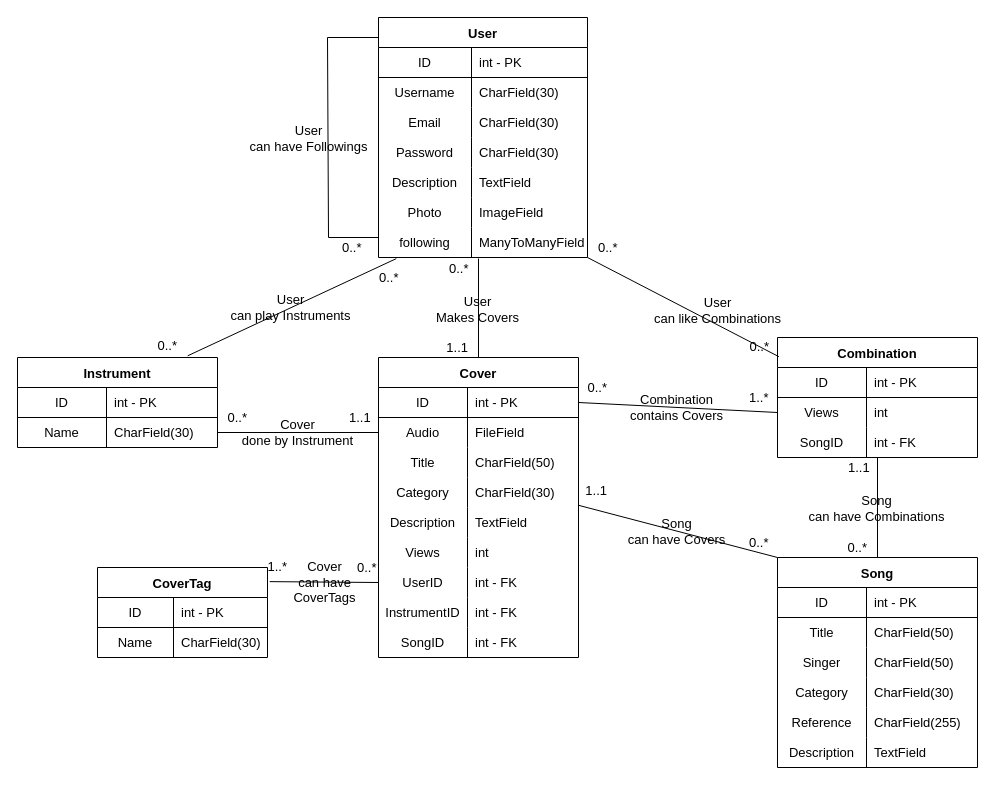
The draw.io diagram model.drawio in zz-zye/swpp-design, before the edit. Source tidied: cells renumbered, new cells numbered last; positions are measured from the earlier drawing's top-left corner, leaving out a move shared by most shapes. Both pictures are drawn from the tidied source at 100%, with x=0, y=0 at pixel (17, 17).
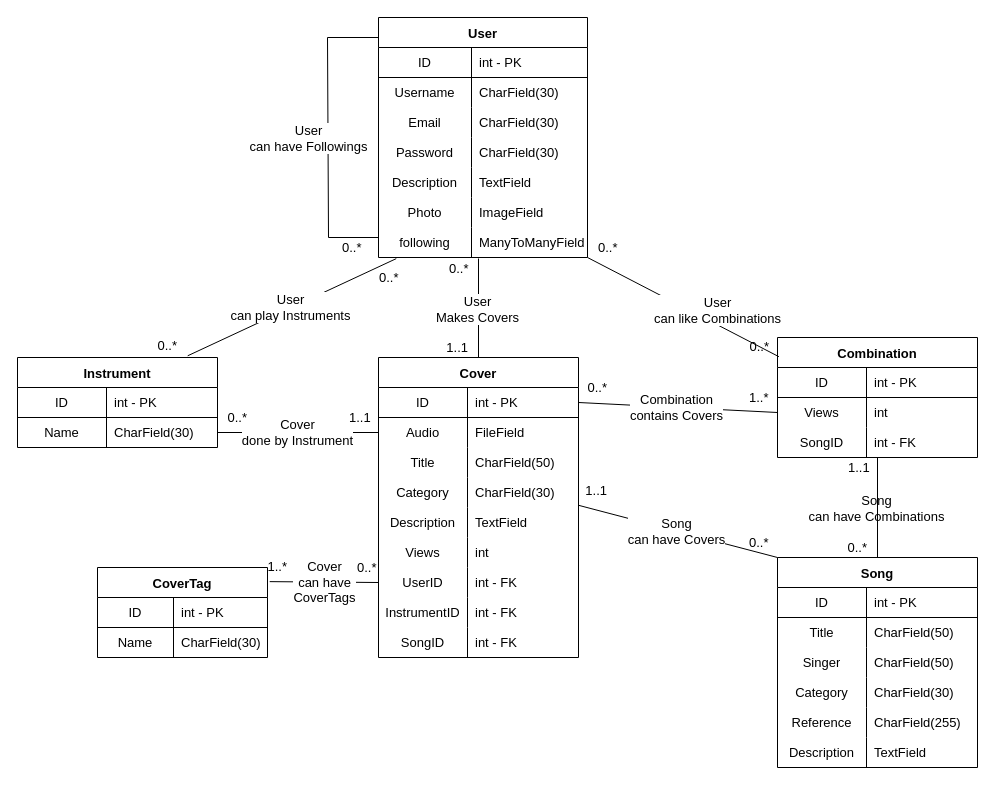
Above is the later version.

Commit message (it also covers changes not shown here):
changed text background

Unchanged cells that the change refers to:
```xml
<mxCell id="24" style="endArrow=none;html=1;fontFamily=Helvetica;fontSize=13;exitX=0.085;exitY=1.038;exitDx=0;exitDy=0;labelBackgroundColor=none;labelBorderColor=none;endFill=0;entryX=0.851;entryY=-0.019;entryDx=0;entryDy=0;exitPerimeter=0;entryPerimeter=0;" parent="1" edge="1" source="21" target="28">
  <mxGeometry relative="1" as="geometry" />
</mxCell>
<mxCell id="63" style="endArrow=none;html=1;fontFamily=Helvetica;fontSize=13;entryX=0.5;entryY=0;entryDx=0;entryDy=0;labelBackgroundColor=none;labelBorderColor=none;endFill=0;" parent="1" edge="1" target="35">
  <mxGeometry relative="1" as="geometry">
    <mxPoint x="461" y="241" as="sourcePoint" />
  </mxGeometry>
</mxCell>
<mxCell id="67" style="endArrow=none;html=1;fontFamily=Helvetica;fontSize=13;labelBackgroundColor=none;labelBorderColor=none;endFill=0;exitX=0;exitY=0.5;exitDx=0;exitDy=0;entryX=1;entryY=0.5;entryDx=0;entryDy=0;" parent="1" edge="1" source="39" target="32">
  <mxGeometry relative="1" as="geometry" />
</mxCell>
<mxCell id="81" style="endArrow=none;html=1;fontFamily=Helvetica;fontSize=13;entryX=1;entryY=0.5;entryDx=0;entryDy=0;labelBackgroundColor=none;labelBorderColor=none;endFill=0;exitX=0;exitY=0.5;exitDx=0;exitDy=0;" parent="1" edge="1" source="75" target="36">
  <mxGeometry relative="1" as="geometry" />
</mxCell>
<mxCell id="85" style="endArrow=none;html=1;fontFamily=Helvetica;fontSize=13;labelBackgroundColor=none;labelBorderColor=none;endFill=0;exitX=0;exitY=0.5;exitDx=0;exitDy=0;entryX=1.013;entryY=0.157;entryDx=0;entryDy=0;entryPerimeter=0;" parent="1" edge="1" source="54" target="89">
  <mxGeometry relative="1" as="geometry" />
</mxCell>
<mxCell id="119" style="endArrow=none;html=1;fontFamily=Helvetica;fontSize=13;labelBackgroundColor=none;labelBorderColor=none;endFill=0;exitX=0;exitY=0;exitDx=0;exitDy=0;entryX=1.001;entryY=-0.072;entryDx=0;entryDy=0;entryPerimeter=0;" parent="1" edge="1" source="96" target="48">
  <mxGeometry relative="1" as="geometry" />
</mxCell>
<mxCell id="125" style="endArrow=none;html=1;fontFamily=Helvetica;fontSize=13;exitX=1;exitY=0.5;exitDx=0;exitDy=0;labelBackgroundColor=none;labelBorderColor=none;endFill=0;entryX=0.007;entryY=0.16;entryDx=0;entryDy=0;entryPerimeter=0;" parent="1" edge="1" target="71">
  <mxGeometry relative="1" as="geometry">
    <mxPoint x="570" y="240" as="sourcePoint" />
  </mxGeometry>
</mxCell>
```

What changed in the source:
```diff
@@
-    <mxCell id="25" value="User&lt;br style=&quot;font-size: 13px&quot;&gt;can play Instruments" style="edgeLabel;html=1;align=center;verticalAlign=middle;fontFamily=Helvetica;labelBorderColor=none;fontSize=13;labelBackgroundColor=none;" parent="24" vertex="1">
+    <mxCell id="25" value="User&lt;br style=&quot;font-size: 13px&quot;&gt;can play Instruments" style="edgeLabel;html=1;align=center;verticalAlign=middle;fontFamily=Helvetica;labelBorderColor=none;fontSize=13;labelBackgroundColor=#ffffff;" parent="24" vertex="1">
       <mxGeometry relative="1" as="geometry">
         <mxPoint x="-2" as="offset" />
       </mxGeometry>
     </mxCell>
@@
-    <mxCell id="64" value="User&lt;br style=&quot;font-size: 13px;&quot;&gt;Makes Covers" style="edgeLabel;html=1;align=center;verticalAlign=middle;fontFamily=Helvetica;labelBorderColor=none;fontSize=13;labelBackgroundColor=none;" parent="63" vertex="1">
+    <mxCell id="64" value="User&lt;br style=&quot;font-size: 13px;&quot;&gt;Makes Covers" style="edgeLabel;html=1;align=center;verticalAlign=middle;fontFamily=Helvetica;labelBorderColor=none;fontSize=13;labelBackgroundColor=#ffffff;" parent="63" vertex="1">
       <mxGeometry relative="1" as="geometry">
         <mxPoint x="-2" as="offset" />
       </mxGeometry>
     </mxCell>
@@
-    <mxCell id="68" value="Cover&lt;br style=&quot;font-size: 13px&quot;&gt;done by Instrument" style="edgeLabel;html=1;align=center;verticalAlign=middle;fontFamily=Helvetica;labelBorderColor=none;fontSize=13;labelBackgroundColor=none;" parent="67" vertex="1">
+    <mxCell id="68" value="Cover&lt;br style=&quot;font-size: 13px&quot;&gt;done by Instrument" style="edgeLabel;html=1;align=center;verticalAlign=middle;fontFamily=Helvetica;labelBorderColor=none;fontSize=13;labelBackgroundColor=#ffffff;" parent="67" vertex="1">
       <mxGeometry relative="1" as="geometry">
         <mxPoint x="-1" y="-1" as="offset" />
       </mxGeometry>
     </mxCell>
@@
-    <mxCell id="82" value="Combination&lt;br style=&quot;font-size: 13px&quot;&gt;contains Covers" style="edgeLabel;html=1;align=center;verticalAlign=middle;fontFamily=Helvetica;labelBorderColor=none;fontSize=13;labelBackgroundColor=none;" parent="81" vertex="1">
+    <mxCell id="82" value="Combination&lt;br style=&quot;font-size: 13px&quot;&gt;contains Covers" style="edgeLabel;html=1;align=center;verticalAlign=middle;fontFamily=Helvetica;labelBorderColor=none;fontSize=13;labelBackgroundColor=#ffffff;" parent="81" vertex="1">
       <mxGeometry relative="1" as="geometry">
         <mxPoint x="-2" as="offset" />
       </mxGeometry>
     </mxCell>
@@
-    <mxCell id="86" value="Cover&lt;br style=&quot;font-size: 13px&quot;&gt;can have&lt;br style=&quot;font-size: 13px&quot;&gt;CoverTags" style="edgeLabel;html=1;align=center;verticalAlign=middle;fontFamily=Helvetica;labelBorderColor=none;fontSize=13;labelBackgroundColor=none;" parent="85" vertex="1">
+    <mxCell id="86" value="Cover&lt;br style=&quot;font-size: 13px&quot;&gt;can have&lt;br style=&quot;font-size: 13px&quot;&gt;CoverTags" style="edgeLabel;html=1;align=center;verticalAlign=middle;fontFamily=Helvetica;labelBorderColor=none;fontSize=13;labelBackgroundColor=#ffffff;" parent="85" vertex="1">
       <mxGeometry relative="1" as="geometry">
         <mxPoint x="-1" as="offset" />
       </mxGeometry>
     </mxCell>
@@
-    <mxCell id="120" value="Song&lt;br style=&quot;font-size: 13px&quot;&gt;can have Covers" style="edgeLabel;html=1;align=center;verticalAlign=middle;fontFamily=Helvetica;labelBorderColor=none;fontSize=13;labelBackgroundColor=none;" parent="119" vertex="1">
+    <mxCell id="120" value="Song&lt;br style=&quot;font-size: 13px&quot;&gt;can have Covers" style="edgeLabel;html=1;align=center;verticalAlign=middle;fontFamily=Helvetica;labelBorderColor=none;fontSize=13;labelBackgroundColor=#ffffff;" parent="119" vertex="1">
       <mxGeometry relative="1" as="geometry">
         <mxPoint x="-2" as="offset" />
       </mxGeometry>
     </mxCell>
@@
-    <mxCell id="126" value="User&lt;br style=&quot;font-size: 13px&quot;&gt;can like Combinations" style="edgeLabel;html=1;align=center;verticalAlign=middle;fontFamily=Helvetica;labelBorderColor=none;fontSize=13;labelBackgroundColor=none;" parent="125" vertex="1">
+    <mxCell id="126" value="User&lt;br style=&quot;font-size: 13px&quot;&gt;can like Combinations" style="edgeLabel;html=1;align=center;verticalAlign=middle;fontFamily=Helvetica;labelBorderColor=none;fontSize=13;labelBackgroundColor=#ffffff;" parent="125" vertex="1">
       <mxGeometry relative="1" as="geometry">
         <mxPoint x="34" y="3" as="offset" />
       </mxGeometry>
     </mxCell>
@@
-    <mxCell id="129" value="User&lt;br style=&quot;font-size: 13px&quot;&gt;can have Followings" style="edgeLabel;html=1;align=center;verticalAlign=middle;fontFamily=Helvetica;labelBorderColor=none;fontSize=13;labelBackgroundColor=none;" parent="1" vertex="1">
+    <mxCell id="129" value="User&lt;br style=&quot;font-size: 13px&quot;&gt;can have Followings" style="edgeLabel;html=1;align=center;verticalAlign=middle;fontFamily=Helvetica;labelBorderColor=none;fontSize=13;labelBackgroundColor=#ffffff;" parent="1" vertex="1">
       <mxGeometry x="290" y="120" as="geometry" />
     </mxCell>
```
